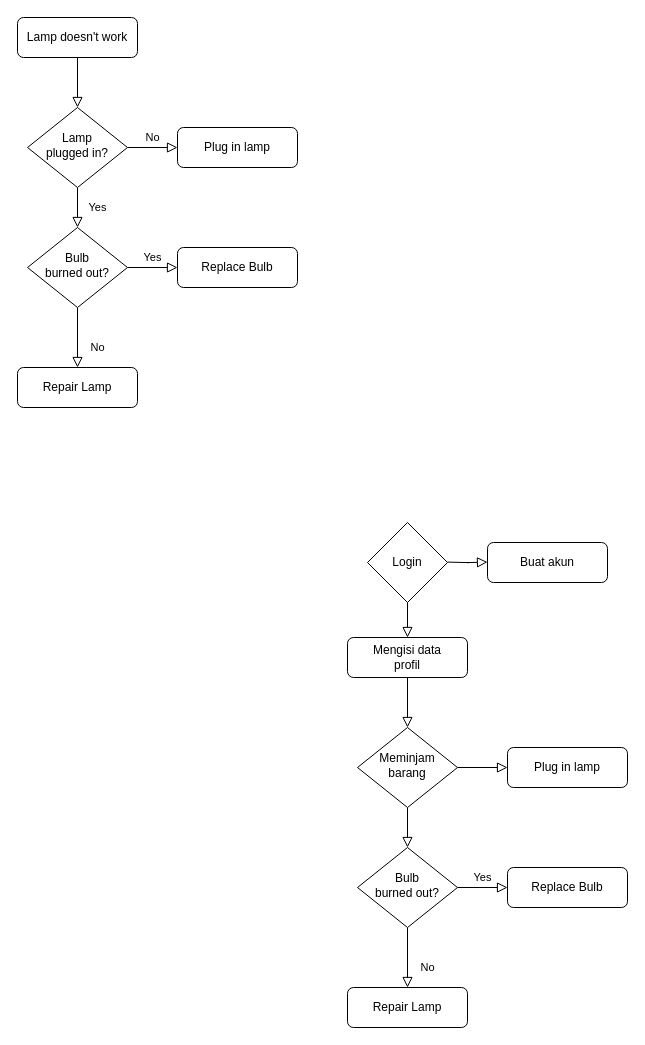
Above: Untitled Diagram.drawio in FirdanAl/classdiagram (draw.io), before the change. Source tidied: cells renumbered, new cells numbered last; positions are measured from the earlier drawing's top-left corner, leaving out a move shared by most shapes. Both pictures are drawn from the tidied source at 100%, with x=0, y=0 at pixel (17, 17).
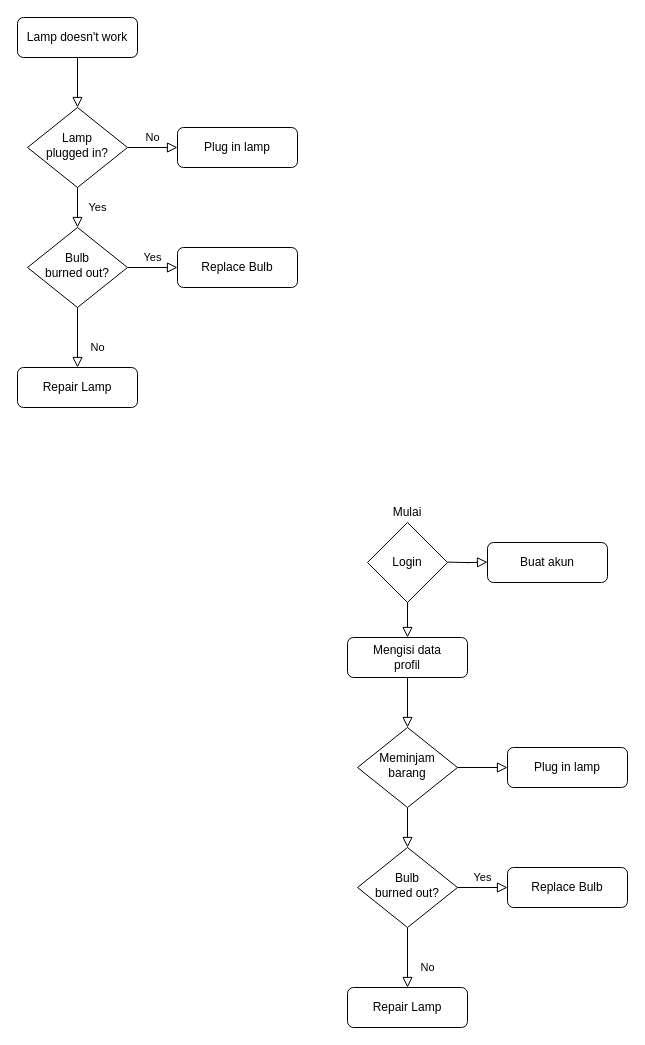
Above is the later version.

The edit, as a diff of the source:
```diff
@@
+    <mxCell id="29" value="Mulai" style="text;html=1;align=center;verticalAlign=middle;whiteSpace=wrap;rounded=0;" parent="1" vertex="1">
+      <mxGeometry x="360" y="480" width="60" height="30" as="geometry" />
+    </mxCell>
```
